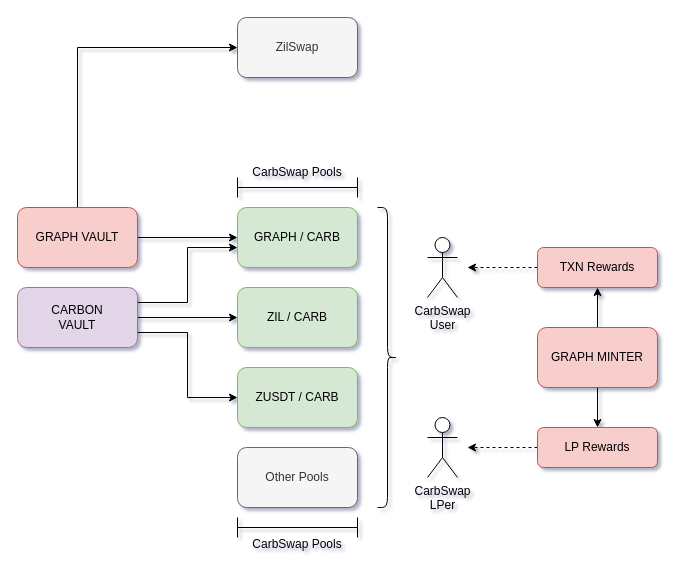
Before: CarbSwapDefiFlows.drawio in Carbon-Labs/Diagrams, a draw.io diagram. Source tidied: cells renumbered, new cells numbered last; positions are measured from the earlier drawing's top-left corner, leaving out a move shared by most shapes. Both pictures are drawn from the tidied source at 100%, with x=0, y=0 at pixel (17, 17).
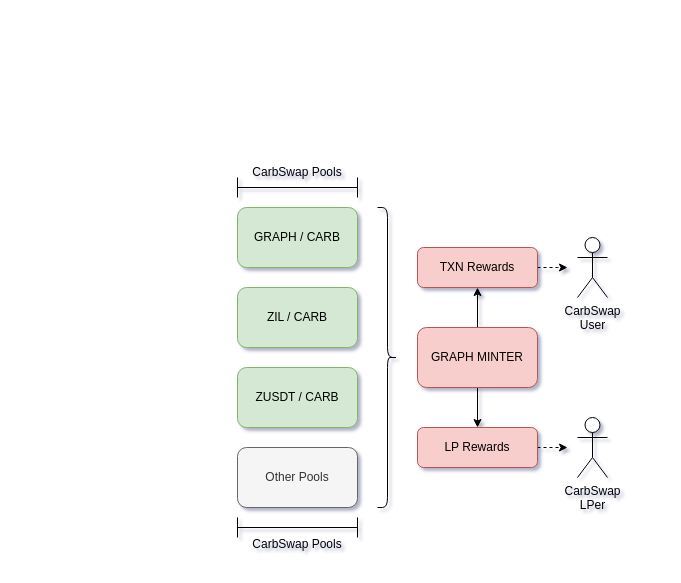
Above is the later version.

The change refers to these unchanged cells:
```xml
<mxCell id="6" value="GRAPH / CARB" style="rounded=1;whiteSpace=wrap;html=1;fillColor=#d5e8d4;strokeColor=#82b366;" parent="1" vertex="1">
  <mxGeometry x="220" y="190" width="120" height="60" as="geometry" />
</mxCell>
<mxCell id="7" value="ZIL / CARB" style="rounded=1;whiteSpace=wrap;html=1;fillColor=#d5e8d4;strokeColor=#82b366;" parent="1" vertex="1">
  <mxGeometry x="220" y="270" width="120" height="60" as="geometry" />
</mxCell>
<mxCell id="8" value="ZUSDT / CARB" style="rounded=1;whiteSpace=wrap;html=1;fillColor=#d5e8d4;strokeColor=#82b366;" parent="1" vertex="1">
  <mxGeometry x="220" y="350" width="120" height="60" as="geometry" />
</mxCell>
```

The edit, as a diff of the source:
```diff
@@
-    <mxCell id="2" style="edgeStyle=orthogonalEdgeStyle;rounded=0;jettySize=auto;html=1;exitX=1;exitY=0.5;exitDx=0;exitDy=0;entryX=0;entryY=0.5;entryDx=0;entryDy=0;" parent="1" edge="1" source="4" target="6">
-      <mxGeometry relative="1" as="geometry" />
-    </mxCell>
-    <mxCell id="3" style="edgeStyle=orthogonalEdgeStyle;rounded=0;jettySize=auto;html=1;exitX=0.5;exitY=0;exitDx=0;exitDy=0;entryX=0;entryY=0.5;entryDx=0;entryDy=0;" parent="1" edge="1" source="4" target="5">
-      <mxGeometry relative="1" as="geometry" />
-    </mxCell>
-    <mxCell id="4" value="GRAPH VAULT" style="rounded=1;whiteSpace=wrap;html=1;fillColor=#f8cecc;strokeColor=#b85450;" parent="1" vertex="1">
-      <mxGeometry y="190" width="120" height="60" as="geometry" />
-    </mxCell>
-    <mxCell id="5" value="ZilSwap" style="rounded=1;whiteSpace=wrap;html=1;fillColor=#f5f5f5;strokeColor=#666666;fontColor=#333333;" parent="1" vertex="1">
-      <mxGeometry x="220" width="120" height="60" as="geometry" />
-    </mxCell>
@@
-    <mxCell id="10" style="edgeStyle=orthogonalEdgeStyle;rounded=0;jettySize=auto;html=1;exitX=1;exitY=0.5;exitDx=0;exitDy=0;entryX=0;entryY=0.5;entryDx=0;entryDy=0;" parent="1" edge="1" source="13" target="7">
-      <mxGeometry relative="1" as="geometry" />
-    </mxCell>
-    <mxCell id="11" style="edgeStyle=orthogonalEdgeStyle;rounded=0;jettySize=auto;html=1;exitX=1;exitY=0.25;exitDx=0;exitDy=0;" parent="1" edge="1" source="13">
-      <mxGeometry relative="1" as="geometry">
-        <mxPoint x="220" y="230" as="targetPoint" />
-        <Array as="points">
-          <mxPoint x="170" y="285" />
-          <mxPoint x="170" y="230" />
-          <mxPoint x="220" y="230" />
-        </Array>
-      </mxGeometry>
-    </mxCell>
-    <mxCell id="12" style="edgeStyle=orthogonalEdgeStyle;rounded=0;jettySize=auto;html=1;exitX=1;exitY=0.75;exitDx=0;exitDy=0;entryX=0;entryY=0.5;entryDx=0;entryDy=0;" parent="1" edge="1" source="13" target="8">
-      <mxGeometry relative="1" as="geometry" />
-    </mxCell>
-    <mxCell id="13" value="CARBON&lt;br&gt;VAULT" style="rounded=1;whiteSpace=wrap;html=1;fillColor=#e1d5e7;strokeColor=#9673a6;" parent="1" vertex="1">
-      <mxGeometry y="270" width="120" height="60" as="geometry" />
-    </mxCell>
@@
     <mxCell id="21" value="GRAPH MINTER" style="rounded=1;whiteSpace=wrap;html=1;fillColor=#f8cecc;strokeColor=#b85450;" parent="1" vertex="1">
-      <mxGeometry x="520" y="310" width="120" height="60" as="geometry" />
+      <mxGeometry x="400" y="310" width="120" height="60" as="geometry" />
     </mxCell>
-    <mxCell id="22" style="edgeStyle=orthogonalEdgeStyle;rounded=0;jettySize=auto;html=1;exitX=0;exitY=0.5;exitDx=0;exitDy=0;dashed=1;" parent="1" edge="1" source="23">
+    <mxCell id="22" style="edgeStyle=orthogonalEdgeStyle;rounded=0;jettySize=auto;html=1;exitX=1;exitY=0.5;exitDx=0;exitDy=0;dashed=1;" parent="1" edge="1" source="23">
       <mxGeometry relative="1" as="geometry">
-        <mxPoint x="450" y="250" as="targetPoint" />
+        <mxPoint x="550" y="250" as="targetPoint" />
+        <Array as="points">
+          <mxPoint x="540" y="250" />
+          <mxPoint x="540" y="250" />
+        </Array>
       </mxGeometry>
     </mxCell>
     <mxCell id="23" value="TXN Rewards" style="rounded=1;whiteSpace=wrap;html=1;fillColor=#f8cecc;strokeColor=#b85450;" parent="1" vertex="1">
-      <mxGeometry x="520" y="230" width="120" height="40" as="geometry" />
+      <mxGeometry x="400" y="230" width="120" height="40" as="geometry" />
     </mxCell>
-    <mxCell id="24" style="edgeStyle=orthogonalEdgeStyle;rounded=0;jettySize=auto;html=1;exitX=0;exitY=0.5;exitDx=0;exitDy=0;dashed=1;" parent="1" edge="1" source="25">
+    <mxCell id="24" style="edgeStyle=orthogonalEdgeStyle;rounded=0;jettySize=auto;html=1;exitX=1;exitY=0.5;exitDx=0;exitDy=0;dashed=1;" parent="1" edge="1" source="25">
       <mxGeometry relative="1" as="geometry">
-        <mxPoint x="450" y="430" as="targetPoint" />
+        <mxPoint x="550" y="430" as="targetPoint" />
       </mxGeometry>
     </mxCell>
     <mxCell id="25" value="LP Rewards" style="rounded=1;whiteSpace=wrap;html=1;fillColor=#f8cecc;strokeColor=#b85450;" parent="1" vertex="1">
-      <mxGeometry x="520" y="410" width="120" height="40" as="geometry" />
+      <mxGeometry x="400" y="410" width="120" height="40" as="geometry" />
     </mxCell>
     <mxCell id="26" value="CarbSwap&lt;br&gt;User" style="shape=umlActor;verticalLabelPosition=bottom;verticalAlign=top;html=1;" parent="1" vertex="1">
-      <mxGeometry x="410" y="220" width="30" height="60" as="geometry" />
+      <mxGeometry x="560" y="220" width="30" height="60" as="geometry" />
     </mxCell>
     <mxCell id="27" value="CarbSwap&lt;br&gt;LPer" style="shape=umlActor;verticalLabelPosition=bottom;verticalAlign=top;html=1;" parent="1" vertex="1">
-      <mxGeometry x="410" y="400" width="30" height="60" as="geometry" />
+      <mxGeometry x="560" y="400" width="30" height="60" as="geometry" />
     </mxCell>
```
